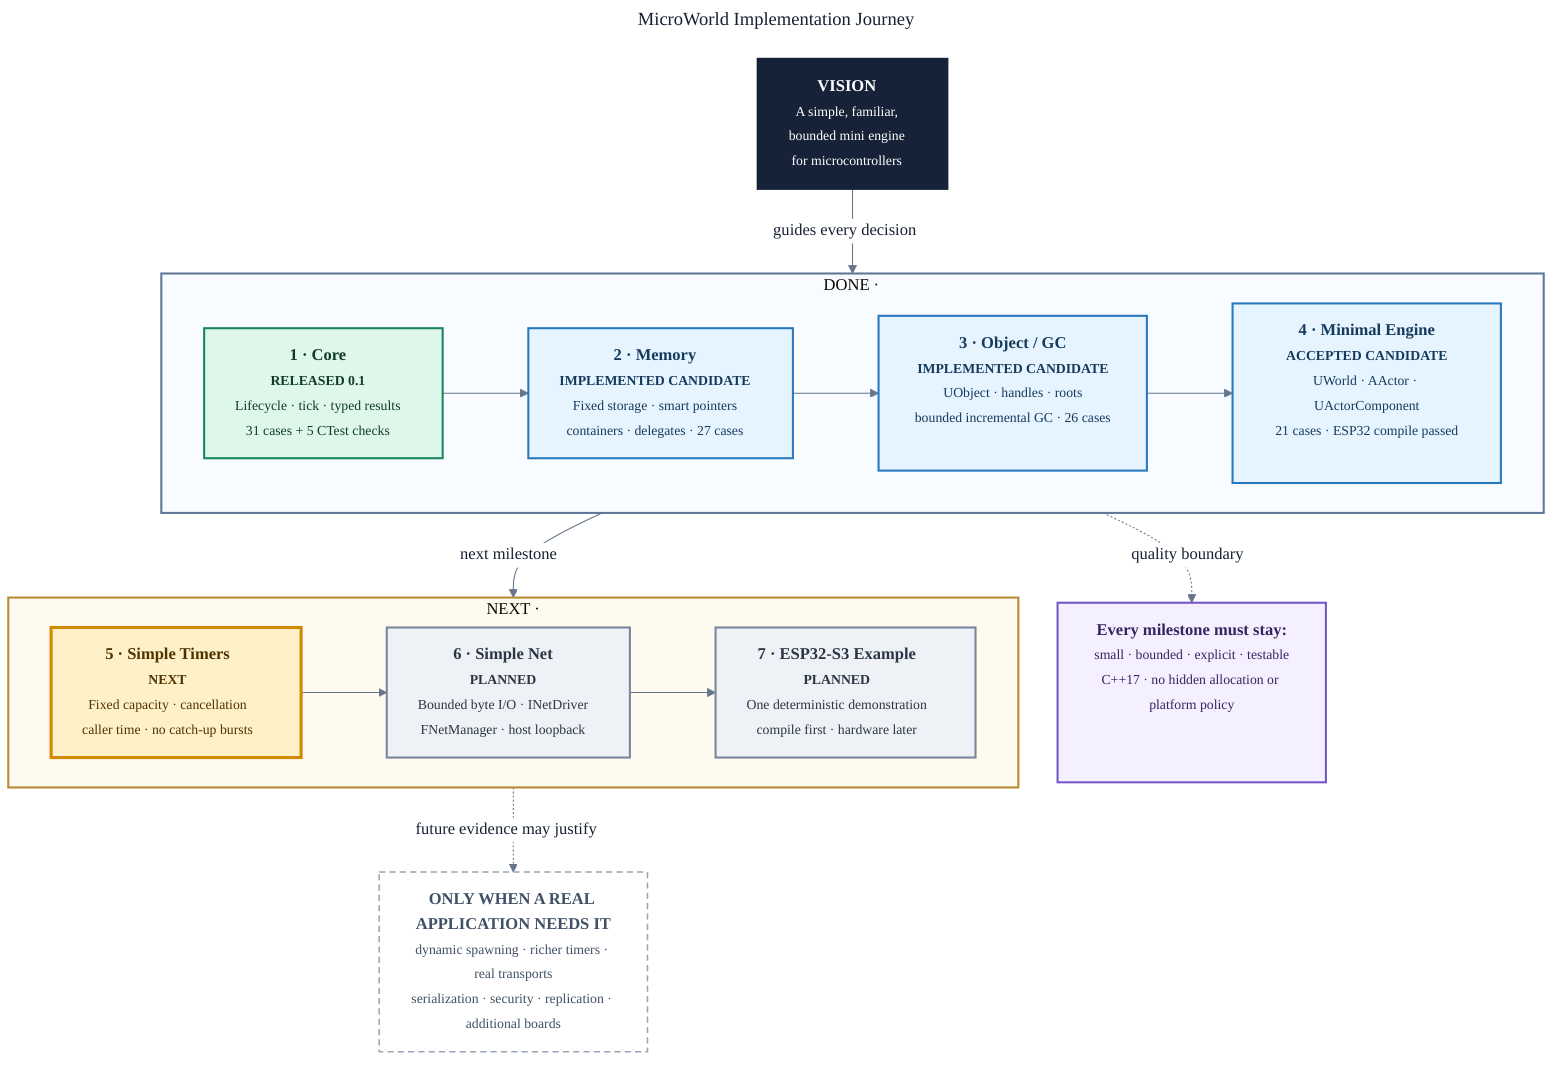
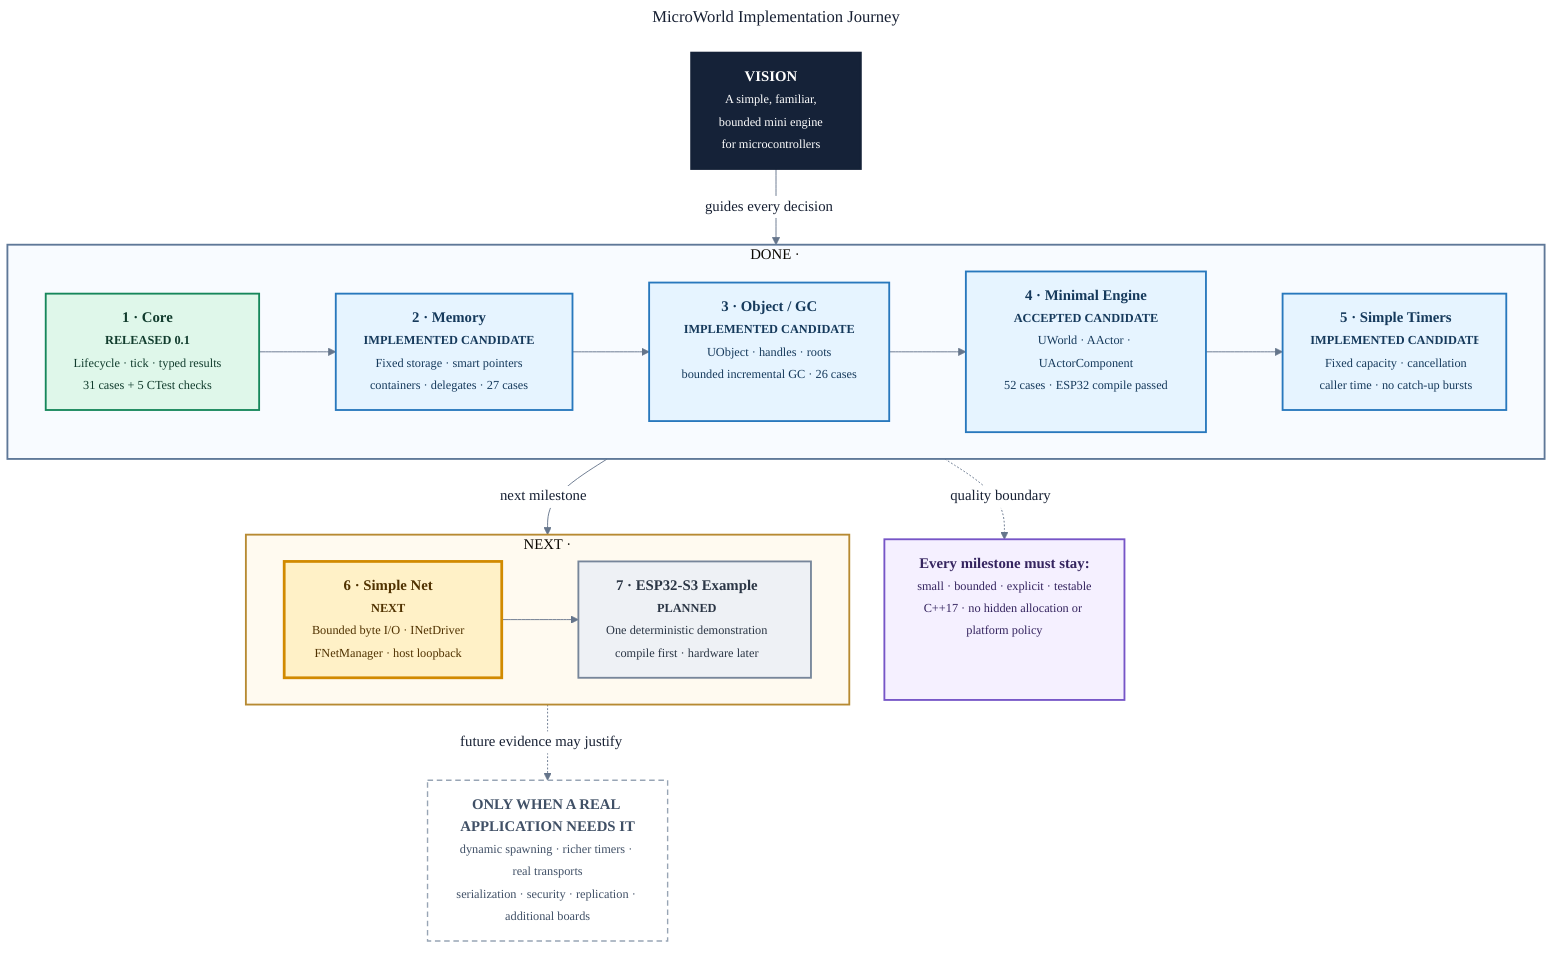
---
title: MicroWorld Implementation Journey
---
%%{init: {
  "theme": "base",
  "themeVariables": {
    "fontFamily": "Segoe UI, Arial, sans-serif",
    "primaryTextColor": "#172033",
    "lineColor": "#65758b",
    "edgeLabelBackground": "#ffffff"
  },
  "flowchart": {
    "htmlLabels": true,
    "curve": "basis",
    "nodeSpacing": 38,
    "rankSpacing": 58
  }
}}%%
flowchart TB
    VISION["<b>VISION</b><br/><small>A simple, familiar,<br/>bounded mini engine<br/>for microcontrollers</small>"]

    subgraph VERIFIED["DONE ·"]
        direction LR
        CORE["<b>1 · Core</b><br/><small><b>RELEASED 0.1</b><br/>Lifecycle · tick · typed results<br/>31 cases + 5 CTest checks</small>"]
        MEMORY["<b>2 · Memory</b><br/><small><b>IMPLEMENTED CANDIDATE</b><br/>Fixed storage · smart pointers<br/>containers · delegates · 27 cases</small>"]
        OBJECT["<b>3 · Object / GC</b><br/><small><b>IMPLEMENTED CANDIDATE</b><br/>UObject · handles · roots<br/>bounded incremental GC · 26 cases</small>"]
-         ENGINE["<b>4 · Minimal Engine</b><br/><small><b>ACCEPTED CANDIDATE</b><br/>UWorld · AActor · UActorComponent<br/>21 cases · ESP32 compile passed</small>"]
+         ENGINE["<b>4 · Minimal Engine</b><br/><small><b>ACCEPTED CANDIDATE</b><br/>UWorld · AActor · UActorComponent<br/>52 cases · ESP32 compile passed</small>"]
+         TIMERS["<b>5 · Simple Timers</b><br/><small><b>IMPLEMENTED CANDIDATE</b><br/>Fixed capacity · cancellation<br/>caller time · no catch-up bursts</small>"]

-         CORE --> MEMORY --> OBJECT --> ENGINE
+         CORE --> MEMORY --> OBJECT --> ENGINE --> TIMERS
    end

    subgraph DELIVERY["NEXT ·"]
        direction LR
-         TIMERS["<b>5 · Simple Timers</b><br/><small><b>NEXT</b><br/>Fixed capacity · cancellation<br/>caller time · no catch-up bursts</small>"]
-         NET["<b>6 · Simple Net</b><br/><small><b>PLANNED</b><br/>Bounded byte I/O · INetDriver<br/>FNetManager · host loopback</small>"]
+         NET["<b>6 · Simple Net</b><br/><small><b>NEXT</b><br/>Bounded byte I/O · INetDriver<br/>FNetManager · host loopback</small>"]
        EXAMPLE["<b>7 · ESP32-S3 Example</b><br/><small><b>PLANNED</b><br/>One deterministic demonstration<br/>compile first · hardware later</small>"]

-         TIMERS --> NET --> EXAMPLE
+         NET --> EXAMPLE
    end

    VISION -->|"guides every decision"| CORE
-     ENGINE -->|"next milestone"| TIMERS
+     TIMERS -->|"next milestone"| NET

    ACCEPT["<b>Every milestone must stay:</b><br/><small>small · bounded · explicit · testable<br/>C++17 · no hidden allocation or platform policy</small>"]
    ENGINE -. "quality boundary" .-> ACCEPT

    LATER["<b>ONLY WHEN A REAL APPLICATION NEEDS IT</b><br/><small>dynamic spawning · richer timers · real transports<br/>serialization · security · replication · additional boards</small>"]
    EXAMPLE -. "future evidence may justify" .-> LATER

    classDef vision fill:#152238,stroke:#152238,color:#ffffff,stroke-width:2px;
    classDef released fill:#dff7ea,stroke:#16875b,color:#113c2d,stroke-width:2px;
    classDef candidate fill:#e6f4ff,stroke:#2878bd,color:#163a5c,stroke-width:2px;
    classDef next fill:#fff1c7,stroke:#d18a00,color:#503200,stroke-width:3px;
    classDef planned fill:#eef1f5,stroke:#77869a,color:#2b3645,stroke-width:2px;
    classDef principle fill:#f5f0ff,stroke:#7655c7,color:#35245f,stroke-width:2px;
    classDef later fill:#ffffff,stroke:#98a5b5,color:#405066,stroke-width:1.5px,stroke-dasharray: 6 4;

    class VISION vision;
    class CORE released;
-     class MEMORY,OBJECT,ENGINE candidate;
-     class TIMERS next;
-     class NET,EXAMPLE planned;
+     class MEMORY,OBJECT,ENGINE,TIMERS candidate;
+     class NET next;
+     class EXAMPLE planned;
    class ACCEPT principle;
    class LATER later;

    style VERIFIED fill:#f8fbff,stroke:#5f7898,stroke-width:2px
    style DELIVERY fill:#fffaf0,stroke:#b78a32,stroke-width:2px
